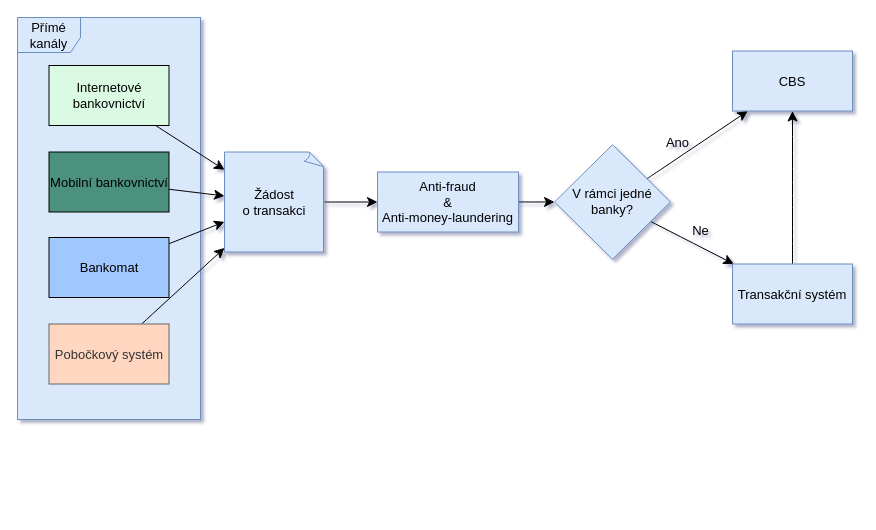
Finishxx/draw-io keeps this draw.io diagram as page "Domain-final" (2 of 4) of pis-hw5.drawio. Above is the earlier version. Source tidied: cells renumbered, new cells numbered last; positions are measured from the earlier drawing's top-left corner, leaving out a move shared by most shapes. Both pictures are drawn from the tidied source at 100%, with x=0, y=0 at pixel (17, 17).
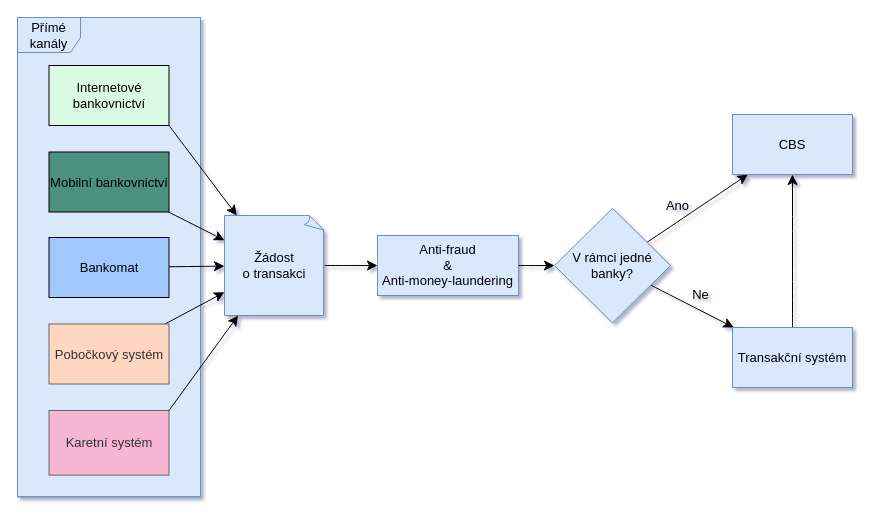
After the change.

Unchanged cells that the change refers to:
```xml
<mxCell id="6" value="Internetové bankovnictví" style="rounded=0;whiteSpace=wrap;html=1;fillColor=#DAFAE4;fontSize=13;" parent="1" vertex="1">
  <mxGeometry x="31.5" y="48" width="120" height="60" as="geometry" />
</mxCell>
```

Change to the diagram source:
```diff
@@
     <mxCell id="2" style="group;fontSize=13;" parent="1" vertex="1">
-      <mxGeometry width="183" height="402" as="geometry" />
+      <mxGeometry width="183" height="489" as="geometry" />
     </mxCell>
     <mxCell id="3" style="rounded=0;whiteSpace=wrap;html=1;fillColor=#dae8fc;strokeColor=#6c8ebf;fontSize=13;" parent="2" vertex="1">
-      <mxGeometry width="183" height="402" as="geometry" />
+      <mxGeometry width="183" height="479.3" as="geometry" />
     </mxCell>
     <mxCell id="4" value="Přímé kanály" style="shape=umlFrame;whiteSpace=wrap;html=1;width=63;height=35;fillColor=#dae8fc;strokeColor=#6c8ebf;fontSize=13;" parent="2" vertex="1">
-      <mxGeometry width="183" height="402" as="geometry" />
+      <mxGeometry width="183" height="479.3" as="geometry" />
     </mxCell>
+    <mxCell id="25" value="Karetní systém" style="rounded=0;whiteSpace=wrap;html=1;fillColor=#F7B7D3;fontColor=#333333;strokeColor=#666666;fontSize=13;" parent="2" vertex="1">
+      <mxGeometry x="31.5" y="393" width="120" height="64.6" as="geometry" />
+    </mxCell>
-    <mxCell id="5" style="edgeStyle=none;curved=1;rounded=0;jettySize=auto;html=1;fontSize=13;startSize=8;endSize=8;" parent="1" edge="1" source="6" target="14">
+    <mxCell id="5" style="edgeStyle=none;curved=1;rounded=0;jettySize=auto;html=1;fontSize=13;startSize=8;endSize=8;exitX=1;exitY=1;exitDx=0;exitDy=0;" parent="1" edge="1" source="6" target="14">
       <mxGeometry relative="1" as="geometry" />
     </mxCell>
@@
     <mxCell id="14" value="&lt;div&gt;Žádost&lt;/div&gt;&lt;div&gt;o transakci&lt;/div&gt;" style="whiteSpace=wrap;html=1;shape=mxgraph.basic.document;fillColor=#dae8fc;strokeColor=#6c8ebf;fontSize=13;" parent="1" vertex="1">
-      <mxGeometry x="207" y="134.5" width="100" height="100" as="geometry" />
+      <mxGeometry x="207" y="198" width="100" height="100" as="geometry" />
     </mxCell>
@@
     <mxCell id="16" value="&lt;div&gt;Anti-fraud&lt;/div&gt;&lt;div&gt;&amp;amp;&lt;/div&gt;&lt;div&gt;Anti-money-laundering&lt;/div&gt;" style="rounded=0;whiteSpace=wrap;html=1;fillColor=#dae8fc;strokeColor=#6c8ebf;fontSize=13;" parent="1" vertex="1">
-      <mxGeometry x="360" y="154.5" width="141" height="60" as="geometry" />
+      <mxGeometry x="360" y="218" width="141" height="60" as="geometry" />
     </mxCell>
@@
     <mxCell id="21" value="V rámci jedné banky?" style="rhombus;whiteSpace=wrap;html=1;fillColor=#dae8fc;strokeColor=#6c8ebf;fontSize=13;" parent="1" vertex="1">
-      <mxGeometry x="537" y="127.2" width="116" height="114.5" as="geometry" />
+      <mxGeometry x="537" y="190.8" width="116" height="114.5" as="geometry" />
     </mxCell>
     <mxCell id="22" value="CBS" style="rounded=0;whiteSpace=wrap;html=1;fillColor=#dae8fc;strokeColor=#6c8ebf;fontSize=13;" parent="1" vertex="1">
-      <mxGeometry x="715" y="33.5" width="120" height="60" as="geometry" />
+      <mxGeometry x="715" y="97" width="120" height="60" as="geometry" />
     </mxCell>
@@
     <mxCell id="24" value="Transakční systém" style="rounded=0;whiteSpace=wrap;html=1;fillColor=#dae8fc;strokeColor=#6c8ebf;fontSize=13;" parent="1" vertex="1">
-      <mxGeometry x="715" y="246.5" width="120" height="60" as="geometry" />
+      <mxGeometry x="715" y="310" width="120" height="60" as="geometry" />
     </mxCell>
+    <mxCell id="26" style="edgeStyle=none;curved=1;rounded=0;jettySize=auto;html=1;fontSize=13;startSize=8;endSize=8;exitX=1;exitY=0;exitDx=0;exitDy=0;" parent="1" edge="1" source="25" target="14">
+      <mxGeometry relative="1" as="geometry" />
+    </mxCell>
```
